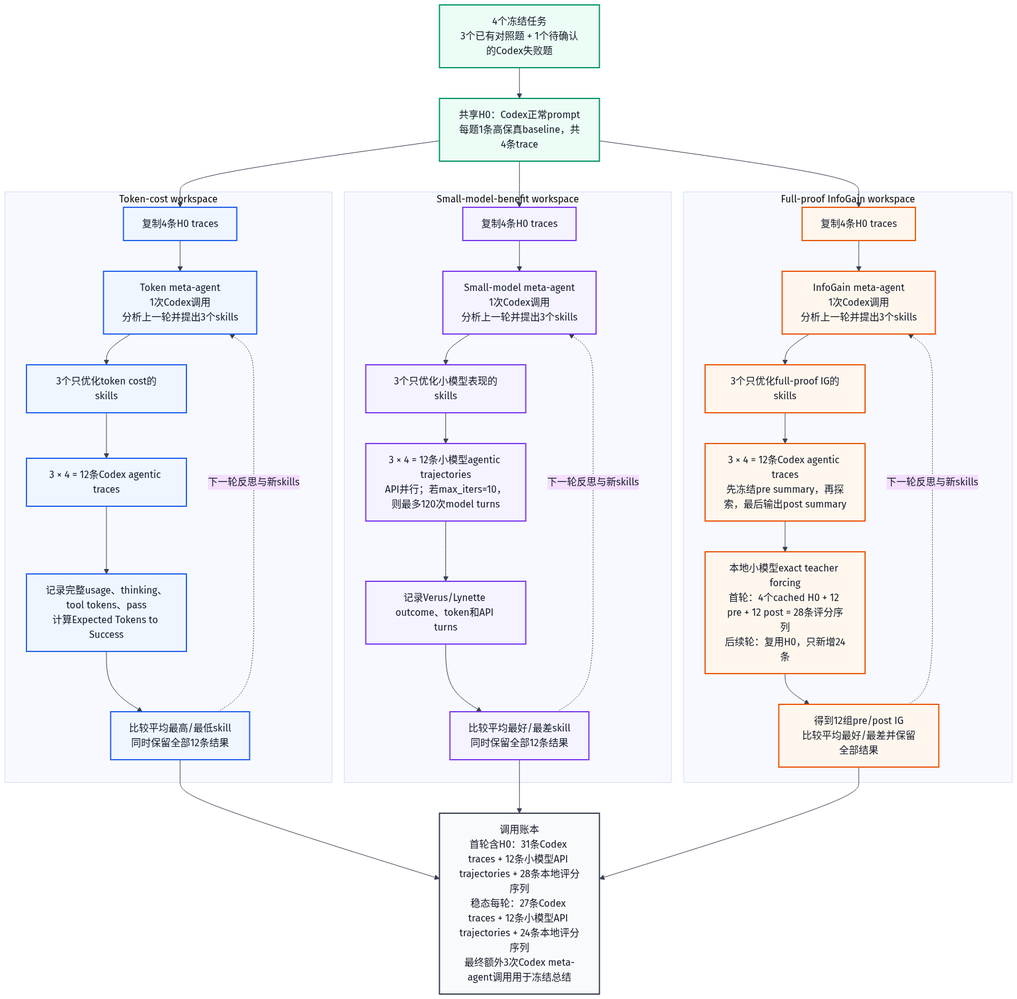
The Mermaid diagram figures/three-objective-skill-evolution-loop.png in Etha-Sun/Verus-Skill-Learning, before a commit. Its source is kept beside it as figures/three-objective-skill-evolution-loop.mmd.
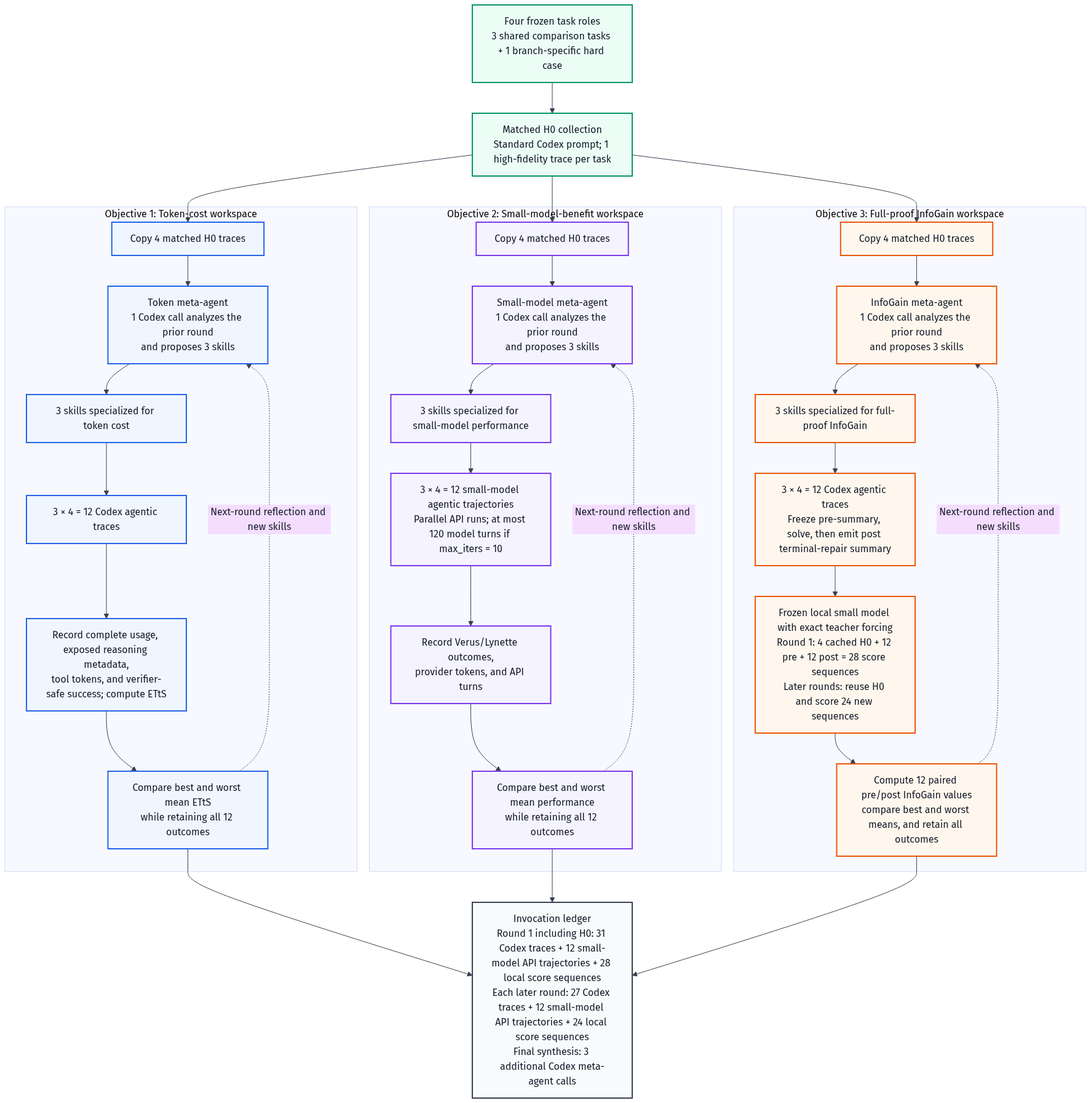
Above is the later version.

Commit message:
docs(pilot): synthesize the three-objective analysis

Diff of the diagram source:
```diff
@@ -1,43 +1,43 @@
-%%{init: {"theme": "base", "themeVariables": {"background": "#FFFFFF", "primaryTextColor": "#111827", "lineColor": "#374151", "fontFamily": "Arial, sans-serif"}}}%%
+%%{init: {"theme": "base", "themeCSS": "svg { background-color: #FFFFFF; }", "themeVariables": {"background": "#FFFFFF", "primaryTextColor": "#111827", "lineColor": "#374151", "fontFamily": "Arial, sans-serif"}}}%%
 flowchart TB
-    tasks["4个冻结任务<br/>3个已有对照题 + 1个待确认的Codex失败题"]
-    h0["共享H0：Codex正常prompt<br/>每题1条高保真baseline，共4条trace"]
+    tasks["Four frozen task roles<br/>3 shared comparison tasks + 1 branch-specific hard case"]
+    h0["Matched H0 collection<br/>Standard Codex prompt; 1 high-fidelity trace per task"]
     tasks --> h0
 
-    subgraph token_ws["Token-cost workspace"]
+    subgraph token_ws["Objective 1: Token-cost workspace"]
         direction TB
-        token_copy["复制4条H0 traces"]
-        token_meta["Token meta-agent<br/>1次Codex调用<br/>分析上一轮并提出3个skills"]
-        token_skills["3个只优化token cost的skills"]
-        token_runs["3 × 4 = 12条Codex agentic traces"]
-        token_eval["记录完整usage、thinking、tool tokens、pass<br/>计算Expected Tokens to Success"]
-        token_compare["比较平均最高/最低skill<br/>同时保留全部12条结果"]
+        token_copy["Copy 4 matched H0 traces"]
+        token_meta["Token meta-agent<br/>1 Codex call analyzes the prior round<br/>and proposes 3 skills"]
+        token_skills["3 skills specialized for token cost"]
+        token_runs["3 × 4 = 12 Codex agentic traces"]
+        token_eval["Record complete usage, exposed reasoning metadata,<br/>tool tokens, and verifier-safe success; compute ETtS"]
+        token_compare["Compare best and worst mean ETtS<br/>while retaining all 12 outcomes"]
         token_copy --> token_meta --> token_skills --> token_runs --> token_eval --> token_compare
-        token_compare -. "下一轮反思与新skills" .-> token_meta
+        token_compare -. "Next-round reflection and new skills" .-> token_meta
     end
 
-    subgraph small_ws["Small-model-benefit workspace"]
+    subgraph small_ws["Objective 2: Small-model-benefit workspace"]
         direction TB
-        small_copy["复制4条H0 traces"]
-        small_meta["Small-model meta-agent<br/>1次Codex调用<br/>分析上一轮并提出3个skills"]
-        small_skills["3个只优化小模型表现的skills"]
-        small_runs["3 × 4 = 12条小模型agentic trajectories<br/>API并行；若max_iters=10，则最多120次model turns"]
-        small_eval["记录Verus/Lynette outcome、token和API turns"]
-        small_compare["比较平均最好/最差skill<br/>同时保留全部12条结果"]
+        small_copy["Copy 4 matched H0 traces"]
+        small_meta["Small-model meta-agent<br/>1 Codex call analyzes the prior round<br/>and proposes 3 skills"]
+        small_skills["3 skills specialized for small-model performance"]
+        small_runs["3 × 4 = 12 small-model agentic trajectories<br/>Parallel API runs; at most 120 model turns if max_iters = 10"]
+        small_eval["Record Verus/Lynette outcomes,<br/>provider tokens, and API turns"]
+        small_compare["Compare best and worst mean performance<br/>while retaining all 12 outcomes"]
         small_copy --> small_meta --> small_skills --> small_runs --> small_eval --> small_compare
-        small_compare -. "下一轮反思与新skills" .-> small_meta
+        small_compare -. "Next-round reflection and new skills" .-> small_meta
     end
 
-    subgraph ig_ws["Full-proof InfoGain workspace"]
+    subgraph ig_ws["Objective 3: Full-proof InfoGain workspace"]
         direction TB
-        ig_copy["复制4条H0 traces"]
-        ig_meta["InfoGain meta-agent<br/>1次Codex调用<br/>分析上一轮并提出3个skills"]
-        ig_skills["3个只优化full-proof IG的skills"]
-        ig_runs["3 × 4 = 12条Codex agentic traces<br/>先冻结pre summary，再探索，最后输出post summary"]
-        ig_score["本地小模型exact teacher forcing<br/>首轮：4个cached H0 + 12 pre + 12 post = 28条评分序列<br/>后续轮：复用H0，只新增24条"]
-        ig_compare["得到12组pre/post IG<br/>比较平均最好/最差并保留全部结果"]
+        ig_copy["Copy 4 matched H0 traces"]
+        ig_meta["InfoGain meta-agent<br/>1 Codex call analyzes the prior round<br/>and proposes 3 skills"]
+        ig_skills["3 skills specialized for full-proof InfoGain"]
+        ig_runs["3 × 4 = 12 Codex agentic traces<br/>Freeze pre-summary, solve, then emit post terminal-repair summary"]
+        ig_score["Frozen local small model with exact teacher forcing<br/>Round 1: 4 cached H0 + 12 pre + 12 post = 28 score sequences<br/>Later rounds: reuse H0 and score 24 new sequences"]
+        ig_compare["Compute 12 paired pre/post InfoGain values<br/>compare best and worst means, and retain all outcomes"]
         ig_copy --> ig_meta --> ig_skills --> ig_runs --> ig_score --> ig_compare
-        ig_compare -. "下一轮反思与新skills" .-> ig_meta
+        ig_compare -. "Next-round reflection and new skills" .-> ig_meta
     end
 
     h0 --> token_copy
@@ -47,7 +47,7 @@
     token_compare --> totals
     small_compare --> totals
     ig_compare --> totals
-    totals["调用账本<br/>首轮含H0：31条Codex traces + 12条小模型API trajectories + 28条本地评分序列<br/>稳态每轮：27条Codex traces + 12条小模型API trajectories + 24条本地评分序列<br/>最终额外3次Codex meta-agent调用用于冻结总结"]
+    totals["Invocation ledger<br/>Round 1 including H0: 31 Codex traces + 12 small-model API trajectories + 28 local score sequences<br/>Each later round: 27 Codex traces + 12 small-model API trajectories + 24 local score sequences<br/>Final synthesis: 3 additional Codex meta-agent calls"]
 
     classDef input fill:#ECFDF5,stroke:#059669,stroke-width:2px,color:#111827;
     classDef token fill:#EFF6FF,stroke:#2563EB,stroke-width:2px,color:#111827;
```
